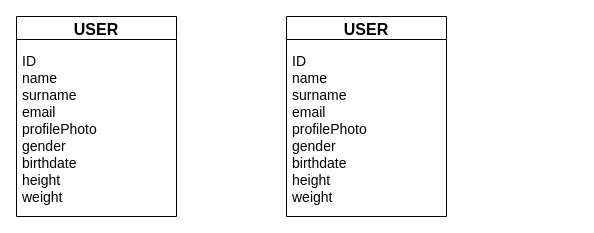
The draw.io diagram Database.drawio in ImageProcessingBasedDietApp/ColabWorks, before the edit. Source tidied: cells renumbered, new cells numbered last; positions are measured from the earlier drawing's top-left corner, leaving out a move shared by most shapes. Both pictures are drawn from the tidied source at 100%, with x=0, y=0 at pixel (16, 16).
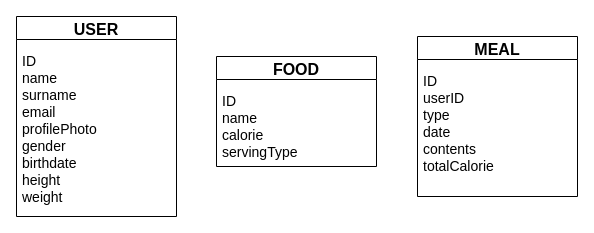
Above is the later version.

Diff of the diagram source:
```diff
@@
 <mxGraphModel>
   <root>
     <mxCell id="0" />
     <mxCell id="1" parent="0" />
     <mxCell id="2" value="USER" style="swimlane;fontSize=16;" parent="1" vertex="1">
       <mxGeometry width="160" height="200" as="geometry" />
     </mxCell>
     <mxCell id="3" value="ID&#10;name&#10;surname &#10;email &#10;profilePhoto&#10;gender&#10;birthdate&#10;height &#10;weight&#10;" style="text;strokeColor=none;fillColor=none;align=left;verticalAlign=top;spacingLeft=4;spacingRight=4;overflow=hidden;fontSize=14;" parent="2" vertex="1">
-      <mxGeometry y="30" width="160" height="170" as="geometry" />
+      <mxGeometry y="30" width="160" height="160" as="geometry" />
     </mxCell>
-    <mxCell id="4" value="USER" style="swimlane;fontSize=16;" parent="1" vertex="1">
-      <mxGeometry x="270" width="160" height="200" as="geometry" />
+    <mxCell id="4" value="FOOD" style="swimlane;fontSize=16;" parent="1" vertex="1">
+      <mxGeometry x="200" y="40" width="160" height="110" as="geometry" />
     </mxCell>
-    <mxCell id="5" value="ID&#10;name&#10;surname &#10;email &#10;profilePhoto&#10;gender&#10;birthdate&#10;height &#10;weight&#10;" style="text;strokeColor=none;fillColor=none;align=left;verticalAlign=top;spacingLeft=4;spacingRight=4;overflow=hidden;fontSize=14;" parent="4" vertex="1">
-      <mxGeometry y="30" width="160" height="170" as="geometry" />
+    <mxCell id="5" value="ID&#10;name&#10;calorie&#10;servingType" style="text;strokeColor=none;fillColor=none;align=left;verticalAlign=top;spacingLeft=4;spacingRight=4;overflow=hidden;fontSize=14;" parent="4" vertex="1">
+      <mxGeometry y="30" width="160" height="80" as="geometry" />
     </mxCell>
+    <mxCell id="6" value="MEAL" style="swimlane;fontSize=16;" parent="1" vertex="1">
+      <mxGeometry x="401" y="20" width="160" height="160" as="geometry" />
+    </mxCell>
+    <mxCell id="7" value="ID&#10;userID &#10;type&#10;date&#10;contents&#10;totalCalorie" style="text;strokeColor=none;fillColor=none;align=left;verticalAlign=top;spacingLeft=4;spacingRight=4;overflow=hidden;fontSize=14;" parent="6" vertex="1">
+      <mxGeometry y="30" width="160" height="100" as="geometry" />
+    </mxCell>
   </root>
 </mxGraphModel>
```
